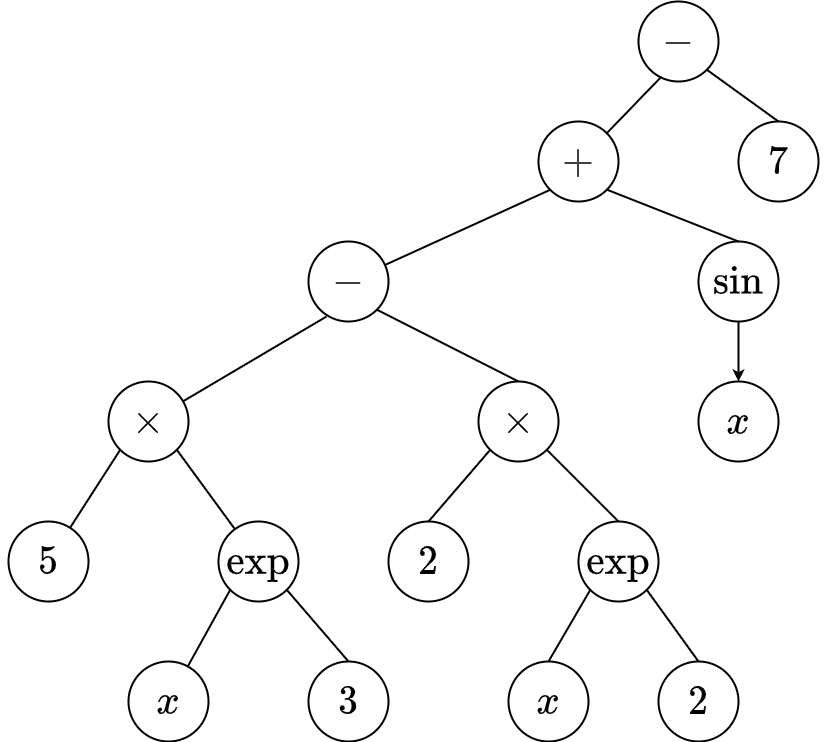
The draw.io diagram img/theoretical_framework/Expected Expression Tree.png in r8vnhill/keen-thesis, before a commit. Source tidied: cells renumbered, new cells last; positions are measured from the earlier drawing's top-left corner, leaving out a move shared by most shapes.
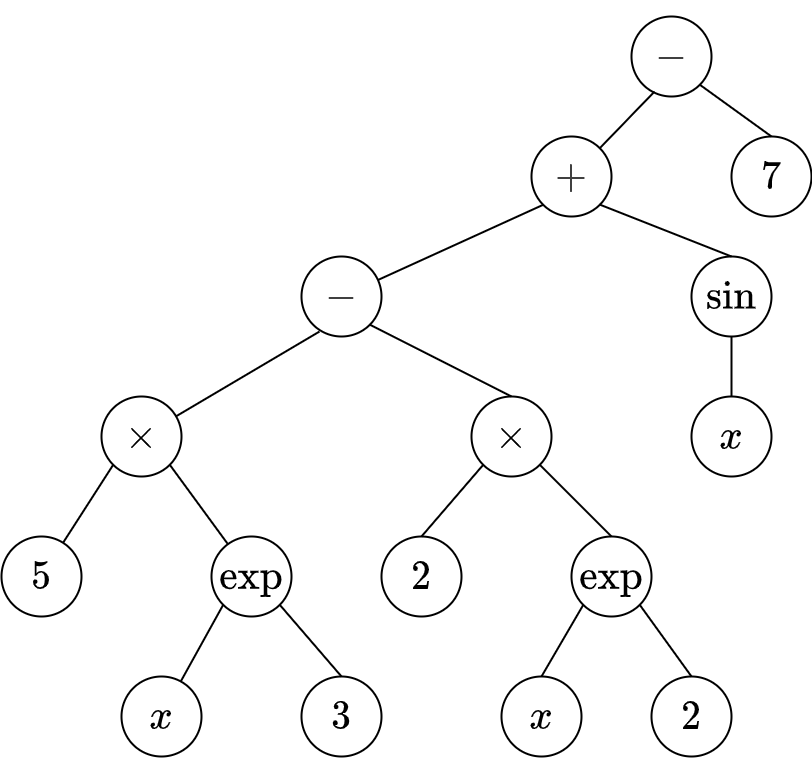
Above is the later version.

What changed in the source:
```diff
@@ -56,7 +56,7 @@
     <mxCell id="19" value="$$2$$" style="ellipse;whiteSpace=wrap;html=1;fontSize=35;strokeWidth=2;" parent="1" vertex="1">
       <mxGeometry x="650" y="660" width="80" height="80" as="geometry" />
     </mxCell>
-    <mxCell id="20" style="edgeStyle=orthogonalEdgeStyle;rounded=0;jettySize=auto;html=1;exitX=0.5;exitY=1;exitDx=0;exitDy=0;strokeWidth=2;" parent="1" edge="1" source="21" target="22">
+    <mxCell id="20" style="edgeStyle=orthogonalEdgeStyle;rounded=0;jettySize=auto;html=1;exitX=0.5;exitY=1;exitDx=0;exitDy=0;strokeWidth=2;endArrow=none;endFill=0;" parent="1" edge="1" source="21" target="22">
       <mxGeometry relative="1" as="geometry" />
     </mxCell>
     <mxCell id="21" value="$$\sin$$" style="ellipse;whiteSpace=wrap;html=1;fontSize=35;strokeWidth=2;" parent="1" vertex="1">
```
